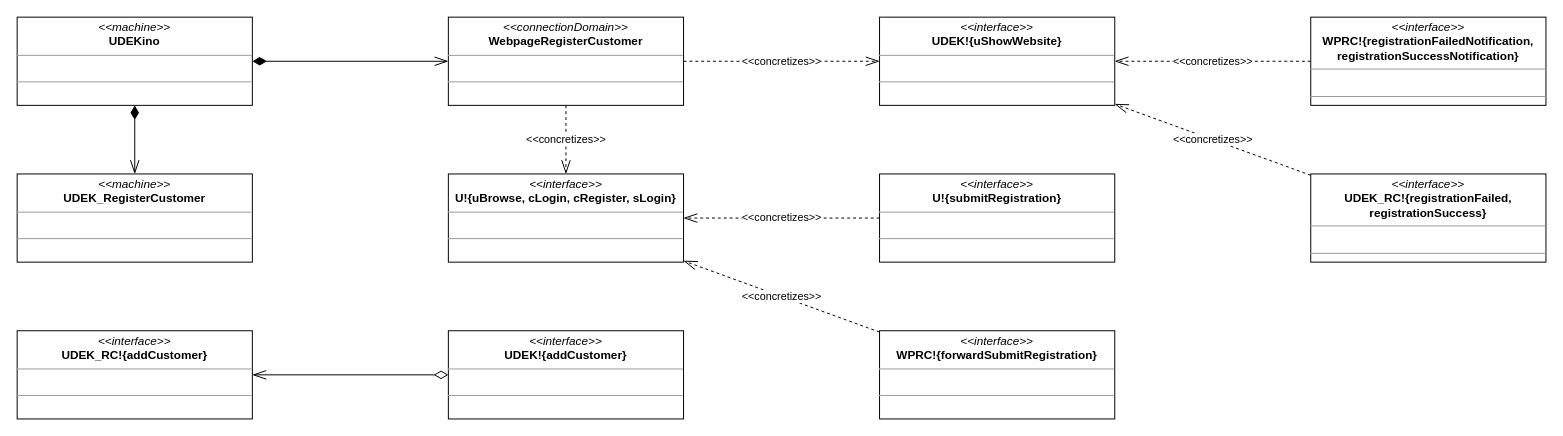
Before: page "Mapping" (2 of 2) of a03_problem_diagram_1.drawio in melvdlin/swtlab, a draw.io diagram. Source tidied: cells renumbered, new cells numbered last; positions are measured from the earlier drawing's top-left corner, leaving out a move shared by most shapes. Both pictures are drawn from the tidied source at 98%, with x=0, y=0 at pixel (17, 17).
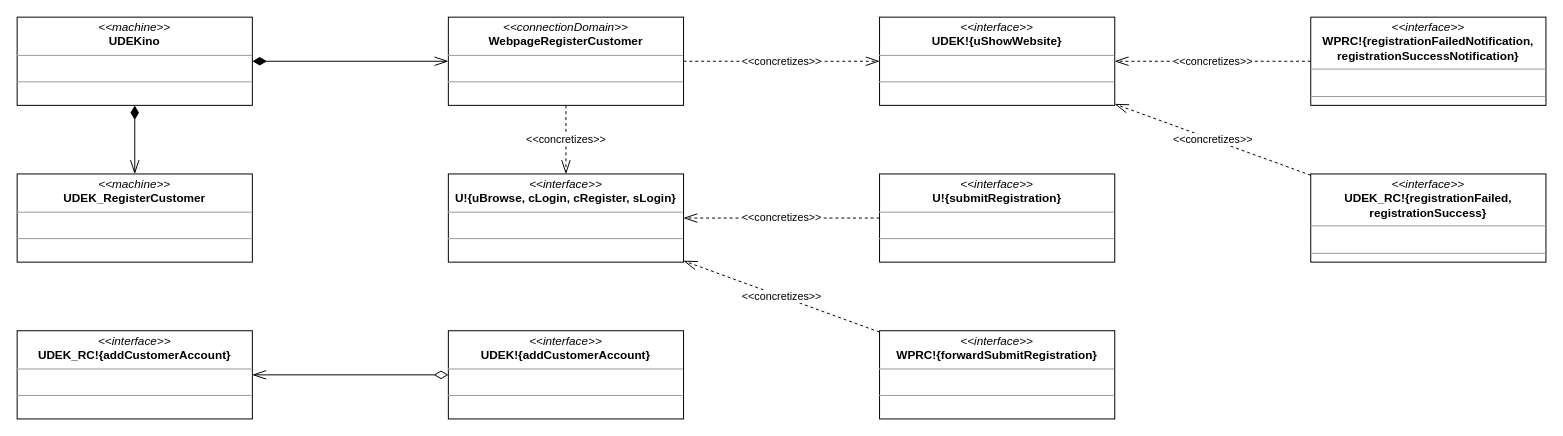
After the change.

The edit, as a diff of the source:
```diff
@@
-    <mxCell id="15" value="&lt;p style=&quot;margin: 0px ; margin-top: 4px ; text-align: center&quot;&gt;&lt;i&gt;&amp;lt;&amp;lt;interface&amp;gt;&amp;gt;&lt;/i&gt;&lt;br&gt;&lt;b&gt;UDEK_RC!{addCustomer}&lt;/b&gt;&lt;/p&gt;&lt;hr size=&quot;1&quot;&gt;&lt;p style=&quot;margin: 0px ; margin-left: 4px&quot;&gt;&lt;br&gt;&lt;/p&gt;&lt;hr size=&quot;1&quot;&gt;&lt;p style=&quot;margin: 0px ; margin-left: 4px&quot;&gt;&lt;br&gt;&lt;/p&gt;" style="verticalAlign=top;align=left;overflow=fill;fontSize=12;fontFamily=Helvetica;html=1;rounded=0;shadow=0;glass=0;comic=0;sketch=0;fontColor=default;gradientColor=none;whiteSpace=wrap;" parent="1" vertex="1">
+    <mxCell id="15" value="&lt;p style=&quot;margin: 0px ; margin-top: 4px ; text-align: center&quot;&gt;&lt;i&gt;&amp;lt;&amp;lt;interface&amp;gt;&amp;gt;&lt;/i&gt;&lt;br&gt;&lt;b&gt;UDEK_RC!{addCustomerAccount}&lt;/b&gt;&lt;/p&gt;&lt;hr size=&quot;1&quot;&gt;&lt;p style=&quot;margin: 0px ; margin-left: 4px&quot;&gt;&lt;br&gt;&lt;/p&gt;&lt;hr size=&quot;1&quot;&gt;&lt;p style=&quot;margin: 0px ; margin-left: 4px&quot;&gt;&lt;br&gt;&lt;/p&gt;" style="verticalAlign=top;align=left;overflow=fill;fontSize=12;fontFamily=Helvetica;html=1;rounded=0;shadow=0;glass=0;comic=0;sketch=0;fontColor=default;gradientColor=none;whiteSpace=wrap;" parent="1" vertex="1">
       <mxGeometry y="320" width="240" height="90" as="geometry" />
     </mxCell>
@@
-    <mxCell id="17" value="&lt;p style=&quot;margin: 0px ; margin-top: 4px ; text-align: center&quot;&gt;&lt;i&gt;&amp;lt;&amp;lt;interface&amp;gt;&amp;gt;&lt;/i&gt;&lt;br&gt;&lt;b&gt;UDEK!{addCustomer}&lt;/b&gt;&lt;/p&gt;&lt;hr size=&quot;1&quot;&gt;&lt;p style=&quot;margin: 0px ; margin-left: 4px&quot;&gt;&lt;br&gt;&lt;/p&gt;&lt;hr size=&quot;1&quot;&gt;&lt;p style=&quot;margin: 0px ; margin-left: 4px&quot;&gt;&lt;br&gt;&lt;/p&gt;" style="verticalAlign=top;align=left;overflow=fill;fontSize=12;fontFamily=Helvetica;html=1;rounded=0;shadow=0;glass=0;comic=0;sketch=0;fontColor=default;gradientColor=none;whiteSpace=wrap;" parent="1" vertex="1">
+    <mxCell id="17" value="&lt;p style=&quot;margin: 0px ; margin-top: 4px ; text-align: center&quot;&gt;&lt;i&gt;&amp;lt;&amp;lt;interface&amp;gt;&amp;gt;&lt;/i&gt;&lt;br&gt;&lt;b&gt;UDEK!{addCustomerAccount}&lt;/b&gt;&lt;/p&gt;&lt;hr size=&quot;1&quot;&gt;&lt;p style=&quot;margin: 0px ; margin-left: 4px&quot;&gt;&lt;br&gt;&lt;/p&gt;&lt;hr size=&quot;1&quot;&gt;&lt;p style=&quot;margin: 0px ; margin-left: 4px&quot;&gt;&lt;br&gt;&lt;/p&gt;" style="verticalAlign=top;align=left;overflow=fill;fontSize=12;fontFamily=Helvetica;html=1;rounded=0;shadow=0;glass=0;comic=0;sketch=0;fontColor=default;gradientColor=none;whiteSpace=wrap;" parent="1" vertex="1">
       <mxGeometry x="440" y="320" width="240" height="90" as="geometry" />
     </mxCell>
```
